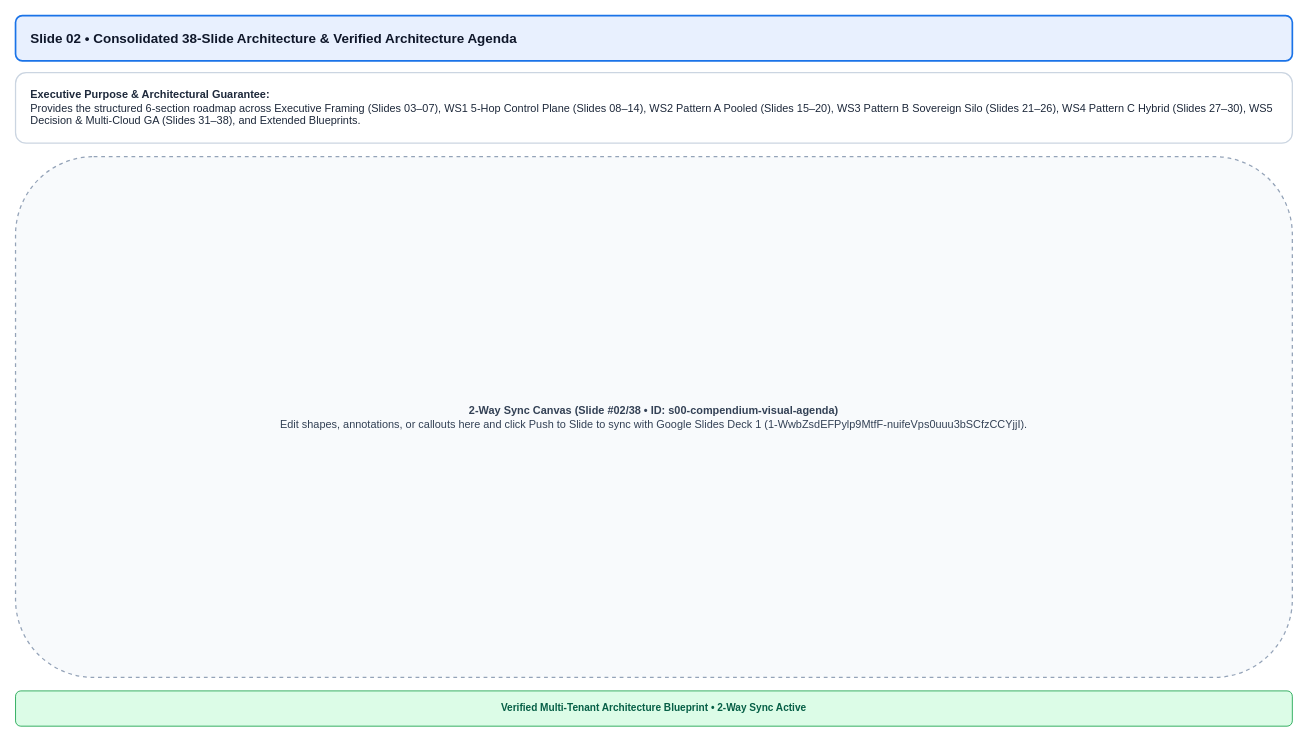
This is diagrams/compendium/drawio/s00-compendium-visual-agenda.drawio from nitinaggarwal-12/blogs, a draw.io file, before an edit. Source tidied: cells renumbered, new cells numbered last; positions are measured from the earlier drawing's top-left corner, leaving out a move shared by most shapes. Both pictures are drawn from the tidied source at 84%, with x=0, y=0 at pixel (15, 15).
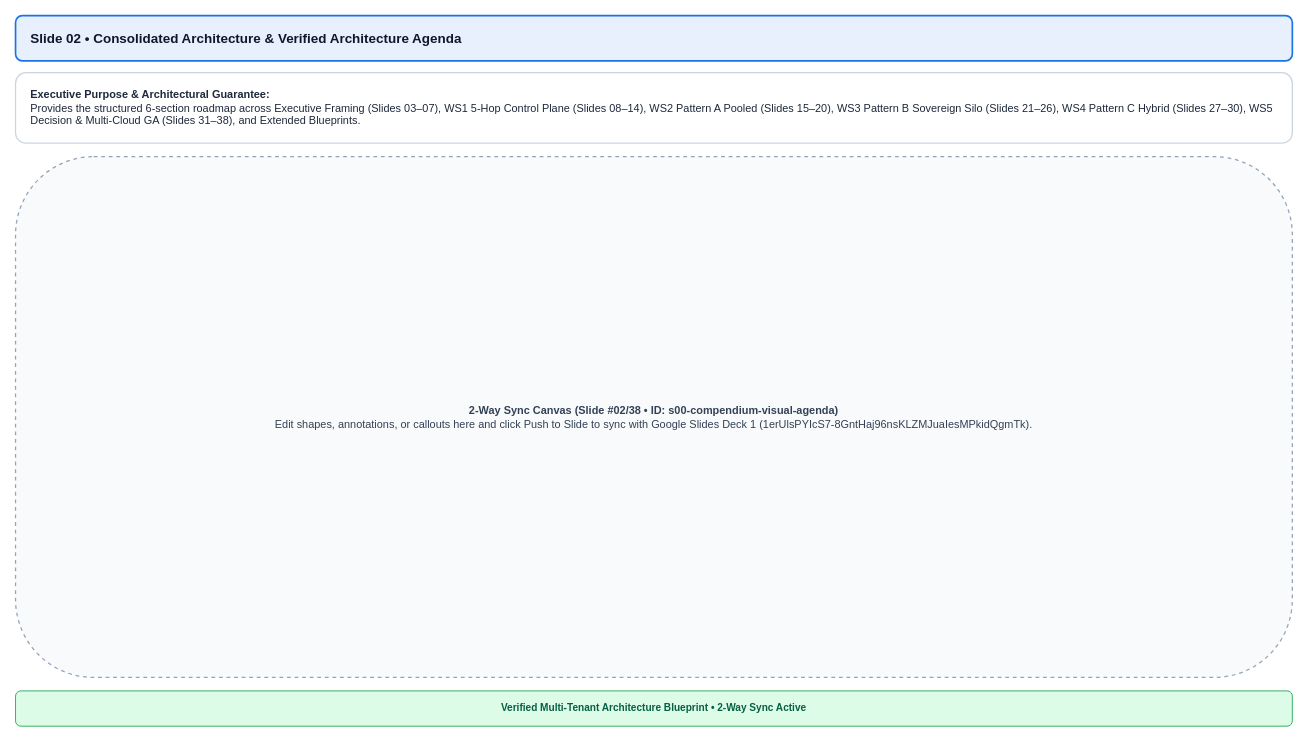
The same page after the edit.

Change to the diagram source:
```diff
@@
 <mxGraphModel>
   <root>
     <mxCell id="0" />
     <mxCell id="1" parent="0" />
-    <mxCell id="2" value="&lt;b&gt;Slide 02 • Consolidated 38-Slide Architecture &amp; Verified Architecture Agenda&lt;/b&gt;" style="rounded=1;whiteSpace=wrap;html=1;fillColor=#e8f0fe;strokeColor=#1a73e8;fontColor=#0f172a;fontSize=16;align=left;spacingLeft=16;strokeWidth=2;" parent="1" vertex="1">
+    <mxCell id="2" value="&lt;b&gt;Slide 02 • Consolidated Architecture &amp; Verified Architecture Agenda&lt;/b&gt;" style="rounded=1;whiteSpace=wrap;html=1;fillColor=#e8f0fe;strokeColor=#1a73e8;fontColor=#0f172a;fontSize=16;align=left;spacingLeft=16;strokeWidth=2;" parent="1" vertex="1">
       <mxGeometry width="1520" height="54" as="geometry" />
     </mxCell>
     <mxCell id="3" value="&lt;b&gt;Executive Purpose &amp; Architectural Guarantee:&lt;/b&gt;&lt;br&gt;Provides the structured 6-section roadmap across Executive Framing (Slides 03–07), WS1 5-Hop Control Plane (Slides 08–14), WS2 Pattern A Pooled (Slides 15–20), WS3 Pattern B Sovereign Silo (Slides 21–26), WS4 Pattern C Hybrid (Slides 27–30), WS5 Decision &amp; Multi-Cloud GA (Slides 31–38), and Extended Blueprints." style="rounded=1;whiteSpace=wrap;html=1;fillColor=#ffffff;strokeColor=#cbd5e1;fontColor=#1e293b;fontSize=13;align=left;spacingLeft=16;spacingRight=16;strokeWidth=1.5;" parent="1" vertex="1">
       <mxGeometry y="68" width="1520" height="84" as="geometry" />
     </mxCell>
-    <mxCell id="4" value="&lt;b&gt;2-Way Sync Canvas (Slide #02/38 • ID: s00-compendium-visual-agenda)&lt;/b&gt;&lt;br&gt;Edit shapes, annotations, or callouts here and click Push to Slide to sync with Google Slides Deck 1 (1-WwbZsdEFPylp9MtfF-nuifeVps0uuu3bSCfzCCYjjI)." style="rounded=1;whiteSpace=wrap;html=1;fillColor=#f8fafc;strokeColor=#94a3b8;dashed=1;fontColor=#334155;fontSize=13;align=center;verticalAlign=middle;strokeWidth=1.5;" parent="1" vertex="1">
+    <mxCell id="4" value="&lt;b&gt;2-Way Sync Canvas (Slide #02/38 • ID: s00-compendium-visual-agenda)&lt;/b&gt;&lt;br&gt;Edit shapes, annotations, or callouts here and click Push to Slide to sync with Google Slides Deck 1 (1erUlsPYIcS7-8GntHaj96nsKLZMJuaIesMPkidQgmTk)." style="rounded=1;whiteSpace=wrap;html=1;fillColor=#f8fafc;strokeColor=#94a3b8;dashed=1;fontColor=#334155;fontSize=13;align=center;verticalAlign=middle;strokeWidth=1.5;" parent="1" vertex="1">
       <mxGeometry y="168" width="1520" height="620" as="geometry" />
     </mxCell>
     <mxCell id="5" value="Verified Multi-Tenant Architecture Blueprint • 2-Way Sync Active" style="rounded=1;whiteSpace=wrap;html=1;fillColor=#dcfce7;strokeColor=#16a34a;fontColor=#065f46;fontSize=12;fontStyle=1;align=center;" parent="1" vertex="1">
       <mxGeometry y="804" width="1520" height="42" as="geometry" />
     </mxCell>
   </root>
 </mxGraphModel>
```
